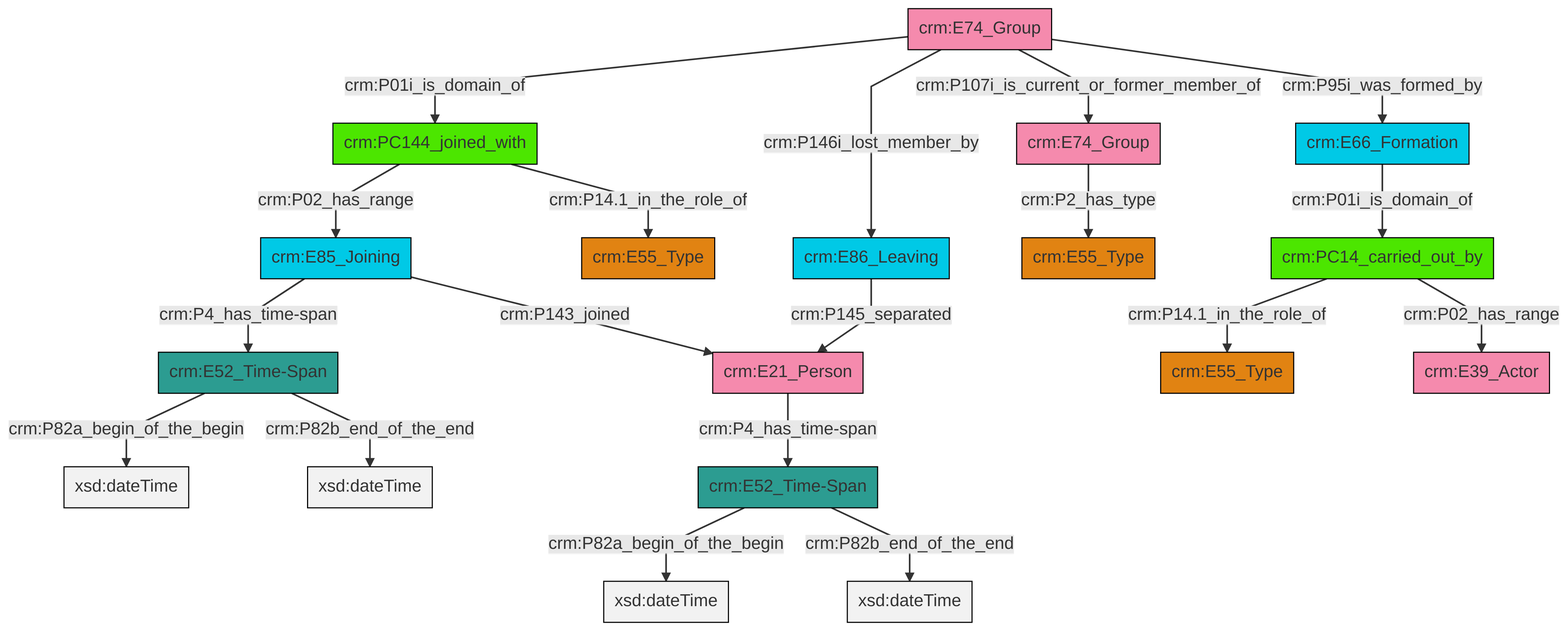
Before: et/groupCSV/ttl/mmd/png/group_actor_relations.png, a diagram exported from Mermaid (swiss-art-research-net/reference-data-models). Its source is kept beside it as et/groupCSV/ttl/mmd/group_actor_relations.ttl.mmd.
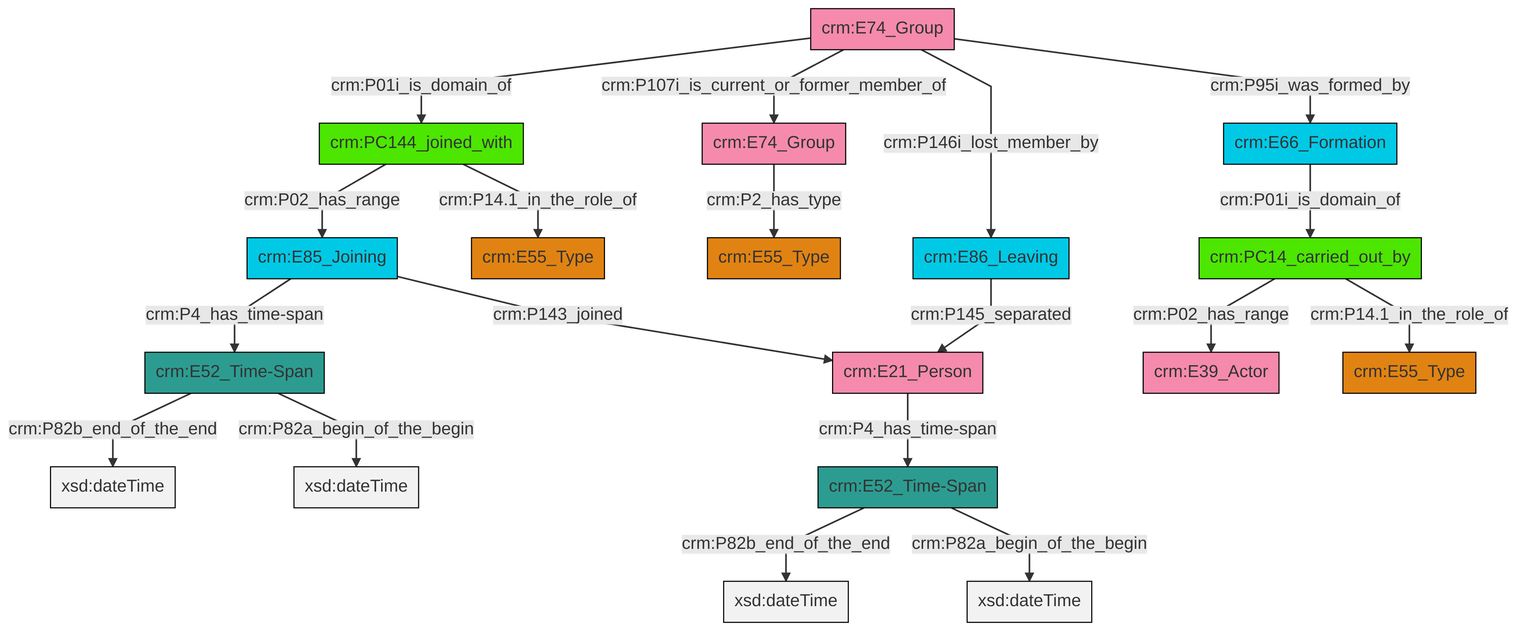
The same file after the commit.

Change to the diagram source:
```diff
@@ -13,21 +13,21 @@
 classDef PC_Classes fill:#4ce600, stroke:#000000;
 classDef Multi fill:#cccccc,stroke:#000000;
 
-4["crm:E74_Group"]:::Actor -->|crm:P01i_is_domain_of| 0["crm:PC144_joined_with"]:::PC_Classes
-5["crm:E86_Leaving"]:::Temporal_Entity -->|crm:P145_separated| 6["crm:E21_Person"]:::Actor
-9["crm:E52_Time-Span"]:::Time-Span -->|crm:P82a_begin_of_the_begin| 10[xsd:dateTime]:::Literal
-6["crm:E21_Person"]:::Actor -->|crm:P4_has_time-span| 11["crm:E52_Time-Span"]:::Time-Span
-14["crm:E66_Formation"]:::Temporal_Entity -->|crm:P01i_is_domain_of| 15["crm:PC14_carried_out_by"]:::PC_Classes
-4["crm:E74_Group"]:::Actor -->|crm:P146i_lost_member_by| 5["crm:E86_Leaving"]:::Temporal_Entity
-4["crm:E74_Group"]:::Actor -->|crm:P107i_is_current_or_former_member_of| 16["crm:E74_Group"]:::Actor
-4["crm:E74_Group"]:::Actor -->|crm:P95i_was_formed_by| 14["crm:E66_Formation"]:::Temporal_Entity
-2["crm:E85_Joining"]:::Temporal_Entity -->|crm:P4_has_time-span| 9["crm:E52_Time-Span"]:::Time-Span
-16["crm:E74_Group"]:::Actor -->|crm:P2_has_type| 7["crm:E55_Type"]:::Type
-0["crm:PC144_joined_with"]:::PC_Classes -->|crm:P02_has_range| 2["crm:E85_Joining"]:::Temporal_Entity
-0["crm:PC144_joined_with"]:::PC_Classes -->|crm:P14.1_in_the_role_of| 12["crm:E55_Type"]:::Type
-15["crm:PC14_carried_out_by"]:::PC_Classes -->|crm:P14.1_in_the_role_of| 19["crm:E55_Type"]:::Type
-15["crm:PC14_carried_out_by"]:::PC_Classes -->|crm:P02_has_range| 26["crm:E39_Actor"]:::Actor
-2["crm:E85_Joining"]:::Temporal_Entity -->|crm:P143_joined| 6["crm:E21_Person"]:::Actor
-9["crm:E52_Time-Span"]:::Time-Span -->|crm:P82b_end_of_the_end| 28[xsd:dateTime]:::Literal
-11["crm:E52_Time-Span"]:::Time-Span -->|crm:P82a_begin_of_the_begin| 32[xsd:dateTime]:::Literal
-11["crm:E52_Time-Span"]:::Time-Span -->|crm:P82b_end_of_the_end| 34[xsd:dateTime]:::Literal
+2["crm:E66_Formation"]:::Temporal_Entity -->|crm:P01i_is_domain_of| 3["crm:PC14_carried_out_by"]:::PC_Classes
+8["crm:PC144_joined_with"]:::PC_Classes -->|crm:P02_has_range| 9["crm:E85_Joining"]:::Temporal_Entity
+9["crm:E85_Joining"]:::Temporal_Entity -->|crm:P4_has_time-span| 10["crm:E52_Time-Span"]:::Time-Span
+10["crm:E52_Time-Span"]:::Time-Span -->|crm:P82b_end_of_the_end| 11[xsd:dateTime]:::Literal
+13["crm:E74_Group"]:::Actor -->|crm:P01i_is_domain_of| 8["crm:PC144_joined_with"]:::PC_Classes
+14["crm:E52_Time-Span"]:::Time-Span -->|crm:P82b_end_of_the_end| 15[xsd:dateTime]:::Literal
+0["crm:E74_Group"]:::Actor -->|crm:P2_has_type| 6["crm:E55_Type"]:::Type
+16["crm:E86_Leaving"]:::Temporal_Entity -->|crm:P145_separated| 4["crm:E21_Person"]:::Actor
+13["crm:E74_Group"]:::Actor -->|crm:P107i_is_current_or_former_member_of| 0["crm:E74_Group"]:::Actor
+13["crm:E74_Group"]:::Actor -->|crm:P146i_lost_member_by| 16["crm:E86_Leaving"]:::Temporal_Entity
+13["crm:E74_Group"]:::Actor -->|crm:P95i_was_formed_by| 2["crm:E66_Formation"]:::Temporal_Entity
+3["crm:PC14_carried_out_by"]:::PC_Classes -->|crm:P02_has_range| 22["crm:E39_Actor"]:::Actor
+10["crm:E52_Time-Span"]:::Time-Span -->|crm:P82a_begin_of_the_begin| 33[xsd:dateTime]:::Literal
+14["crm:E52_Time-Span"]:::Time-Span -->|crm:P82a_begin_of_the_begin| 34[xsd:dateTime]:::Literal
+9["crm:E85_Joining"]:::Temporal_Entity -->|crm:P143_joined| 4["crm:E21_Person"]:::Actor
+4["crm:E21_Person"]:::Actor -->|crm:P4_has_time-span| 14["crm:E52_Time-Span"]:::Time-Span
+3["crm:PC14_carried_out_by"]:::PC_Classes -->|crm:P14.1_in_the_role_of| 19["crm:E55_Type"]:::Type
+8["crm:PC144_joined_with"]:::PC_Classes -->|crm:P14.1_in_the_role_of| 24["crm:E55_Type"]:::Type
```
